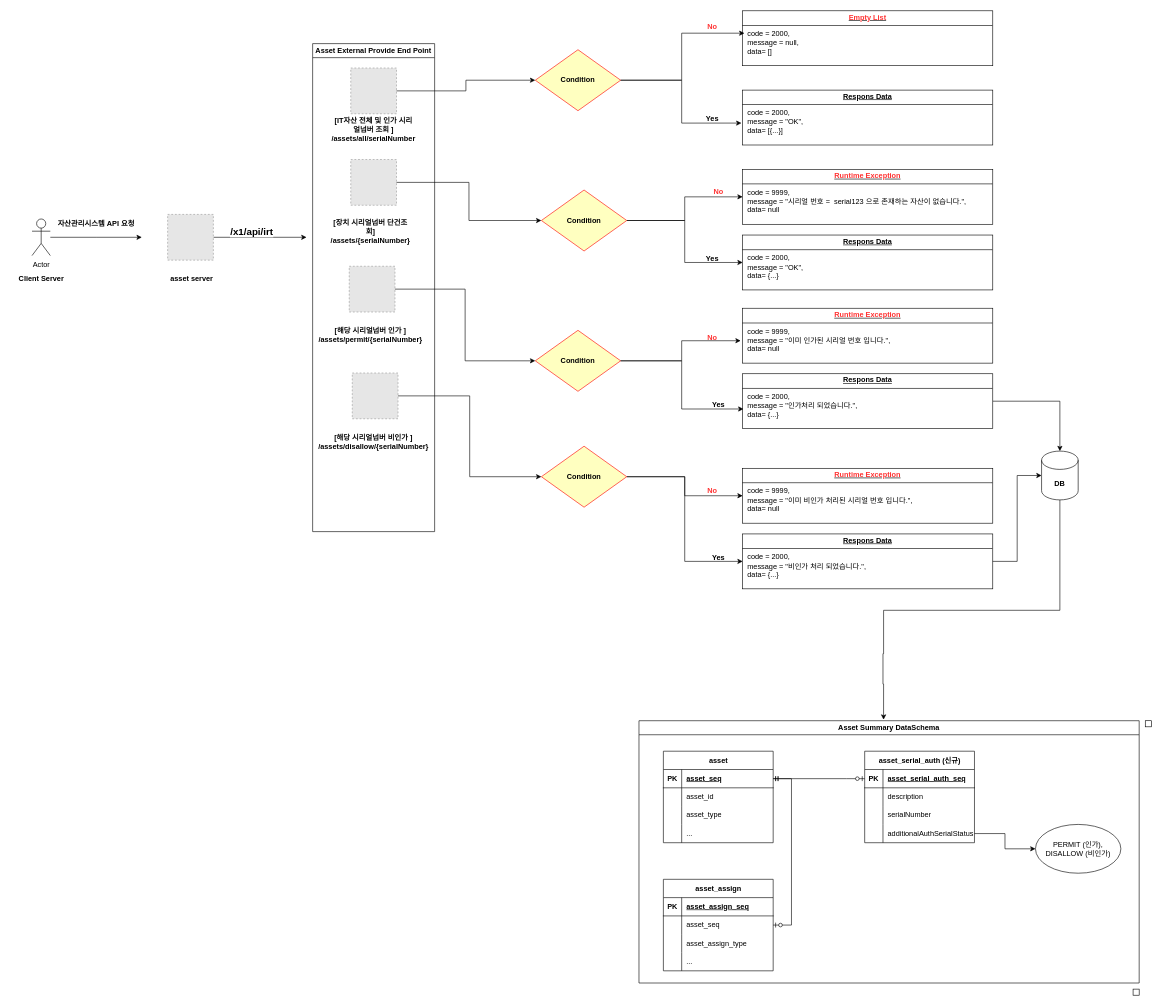
Earlier version of the draw.io diagram page "SOC_IRT_USECASE" (4 of 5) of 제목 없는 다이어그램.drawio (gojunghyo/erd_study). Source tidied: cells renumbered, new cells numbered last; positions are measured from the earlier drawing's top-left corner, leaving out a move shared by most shapes. Both pictures are drawn from the tidied source at 61%, with x=0, y=0 at pixel (10, 10). Pictures stored in the file or linked from it are replaced by grey dashed boxes.
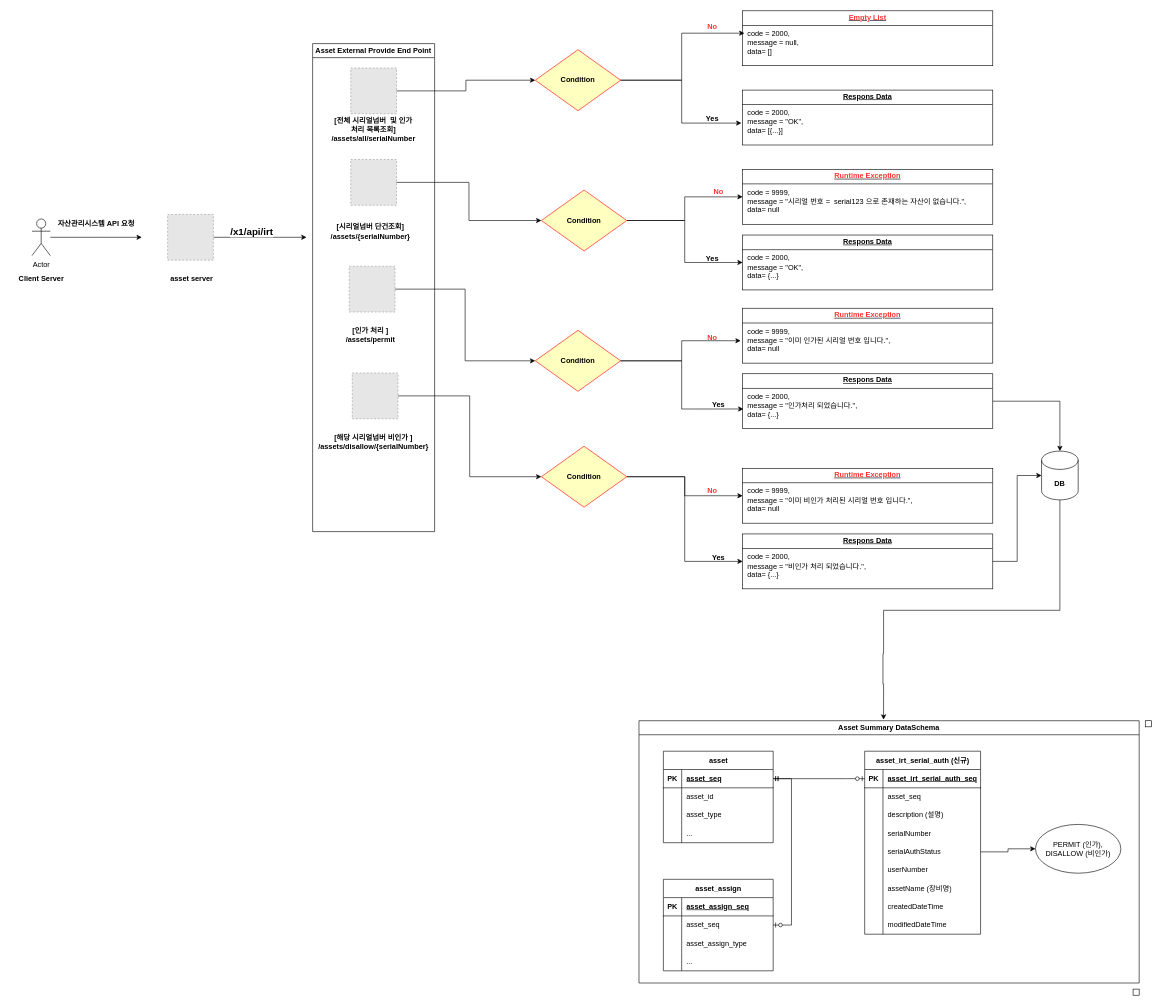
The same page after the edit.

Commit message:
제목 없는 다이어그램.drawio 업데이트

Unchanged cells that the change refers to:
```xml
<mxCell id="9" value="Asset External Provide End Point" style="swimlane;" parent="1" vertex="1">
  <mxGeometry x="495" y="54" width="200" height="800" as="geometry" />
</mxCell>
```

The edit, as a diff of the source:
```diff
@@
-    <mxCell id="11" value="&lt;div&gt;[IT자산 전체 및 인가 시리얼넘버 조회 ]&lt;/div&gt;&lt;div&gt;/assets/all/serialNumber&lt;/div&gt;&lt;div&gt;&lt;br&gt;&lt;/div&gt;" style="text;html=1;align=center;verticalAlign=middle;whiteSpace=wrap;rounded=0;fontStyle=1;" parent="9" vertex="1">
+    <mxCell id="11" value="&lt;div&gt;[전체 시리얼넘버&amp;nbsp; 및 인가 처리 목록조회]&lt;/div&gt;&lt;div&gt;/assets/all/serialNumber&lt;/div&gt;&lt;div&gt;&lt;br&gt;&lt;/div&gt;" style="text;html=1;align=center;verticalAlign=middle;whiteSpace=wrap;rounded=0;fontStyle=1;" parent="9" vertex="1">
       <mxGeometry x="35" y="115" width="130" height="65" as="geometry" />
     </mxCell>
@@
-    <mxCell id="13" value="&lt;div&gt;&lt;div&gt;[장치 시리얼넘버 단건조회]&lt;/div&gt;&lt;div&gt;/assets/{serialNumber}&lt;/div&gt;&lt;/div&gt;" style="text;html=1;align=center;verticalAlign=middle;whiteSpace=wrap;rounded=0;fontStyle=1;" parent="9" vertex="1">
+    <mxCell id="13" value="&lt;div&gt;&lt;div&gt;[시리얼넘버 단건조회]&lt;/div&gt;&lt;div&gt;/assets/{serialNumber}&lt;/div&gt;&lt;/div&gt;" style="text;html=1;align=center;verticalAlign=middle;whiteSpace=wrap;rounded=0;fontStyle=1;" parent="9" vertex="1">
       <mxGeometry x="30" y="275" width="130" height="65" as="geometry" />
     </mxCell>
@@
-    <mxCell id="15" value="&lt;div&gt;[해당 시리얼넘버 인가 ]&lt;/div&gt;&lt;div&gt;/assets/permit/{serialNumber}&lt;/div&gt;" style="text;html=1;align=center;verticalAlign=middle;whiteSpace=wrap;rounded=0;fontStyle=1;" parent="9" vertex="1">
+    <mxCell id="15" value="&lt;div&gt;[인가 처리 ]&lt;/div&gt;&lt;div&gt;/assets/permit&lt;/div&gt;" style="text;html=1;align=center;verticalAlign=middle;whiteSpace=wrap;rounded=0;fontStyle=1;" parent="9" vertex="1">
       <mxGeometry x="20" y="435" width="150" height="85" as="geometry" />
     </mxCell>
@@
-    <mxCell id="65" value="asset_serial_auth (신규)" style="shape=table;startSize=30;childLayout=tableLayout;rowLines=0;fontStyle=1;align=center;html=1;" parent="1" vertex="1">
-      <mxGeometry x="1400" y="1214" width="180" height="150" as="geometry" />
+    <mxCell id="65" value="asset_irt_serial_auth (신규)" style="shape=table;startSize=30;childLayout=tableLayout;rowLines=0;fontStyle=1;align=center;html=1;" parent="1" vertex="1">
+      <mxGeometry x="1400" y="1214" width="190" height="300" as="geometry" />
     </mxCell>
     <mxCell id="66" style="shape=tableRow;horizontal=0;startSize=0;swimlaneHead=0;swimlaneBody=0;fillColor=none;points=[[0,0.5],[1,0.5]];portConstraint=eastwest;top=0;left=0;right=0;bottom=1;" parent="65" vertex="1">
-      <mxGeometry y="30" width="180" height="30" as="geometry" />
+      <mxGeometry y="30" width="190" height="30" as="geometry" />
     </mxCell>
@@
-    <mxCell id="68" value="asset_serial_auth_seq" style="shape=partialRectangle;fillColor=none;top=0;left=0;bottom=0;right=0;align=left;spacingLeft=6;fontStyle=5;overflow=hidden;whiteSpace=wrap;html=1;" parent="66" vertex="1">
-      <mxGeometry x="30" width="150" height="30" as="geometry" />
+    <mxCell id="68" value="asset_irt_serial_auth_seq" style="shape=partialRectangle;fillColor=none;top=0;left=0;bottom=0;right=0;align=left;spacingLeft=6;fontStyle=5;overflow=hidden;whiteSpace=wrap;html=1;" parent="66" vertex="1">
+      <mxGeometry x="30" width="160" height="30" as="geometry" />
     </mxCell>
+    <mxCell id="101" style="shape=tableRow;horizontal=0;startSize=0;swimlaneHead=0;swimlaneBody=0;fillColor=none;top=0;left=0;right=0;bottom=0;" parent="65" vertex="1">
+      <mxGeometry y="60" width="190" height="30" as="geometry" />
+    </mxCell>
+    <mxCell id="102" style="shape=partialRectangle;fillColor=none;top=0;left=0;bottom=0;right=0;overflow=hidden;whiteSpace=wrap;html=1;" parent="101" vertex="1">
+      <mxGeometry width="30" height="30" as="geometry" />
+    </mxCell>
+    <mxCell id="103" value="asset_seq" style="shape=partialRectangle;fillColor=none;top=0;left=0;bottom=0;right=0;align=left;spacingLeft=6;overflow=hidden;whiteSpace=wrap;html=1;" parent="101" vertex="1">
+      <mxGeometry x="30" width="160" height="30" as="geometry" />
+    </mxCell>
     <mxCell id="69" style="shape=tableRow;horizontal=0;startSize=0;swimlaneHead=0;swimlaneBody=0;fillColor=none;top=0;left=0;right=0;bottom=0;" parent="65" vertex="1">
-      <mxGeometry y="60" width="180" height="30" as="geometry" />
+      <mxGeometry y="90" width="190" height="30" as="geometry" />
     </mxCell>
@@
-    <mxCell id="71" value="description" style="shape=partialRectangle;fillColor=none;top=0;left=0;bottom=0;right=0;align=left;spacingLeft=6;overflow=hidden;whiteSpace=wrap;html=1;" parent="69" vertex="1">
-      <mxGeometry x="30" width="150" height="30" as="geometry" />
+    <mxCell id="71" value="description (설명)" style="shape=partialRectangle;fillColor=none;top=0;left=0;bottom=0;right=0;align=left;spacingLeft=6;overflow=hidden;whiteSpace=wrap;html=1;" parent="69" vertex="1">
+      <mxGeometry x="30" width="160" height="30" as="geometry" />
     </mxCell>
     <mxCell id="72" style="shape=tableRow;horizontal=0;startSize=0;swimlaneHead=0;swimlaneBody=0;fillColor=none;top=0;left=0;right=0;bottom=0;" parent="65" vertex="1">
-      <mxGeometry y="90" width="180" height="30" as="geometry" />
+      <mxGeometry y="120" width="190" height="30" as="geometry" />
     </mxCell>
@@
     <mxCell id="74" value="serialNumber" style="shape=partialRectangle;fillColor=none;top=0;left=0;bottom=0;right=0;align=left;spacingLeft=6;overflow=hidden;whiteSpace=wrap;html=1;" parent="72" vertex="1">
-      <mxGeometry x="30" width="150" height="30" as="geometry" />
+      <mxGeometry x="30" width="160" height="30" as="geometry" />
     </mxCell>
     <mxCell id="75" style="shape=tableRow;horizontal=0;startSize=0;swimlaneHead=0;swimlaneBody=0;fillColor=none;points=[[0,0.5],[1,0.5]];portConstraint=eastwest;top=0;left=0;right=0;bottom=0;" parent="65" vertex="1">
-      <mxGeometry y="120" width="180" height="30" as="geometry" />
+      <mxGeometry y="150" width="190" height="30" as="geometry" />
     </mxCell>
@@
-    <mxCell id="77" value="additionalAuthSerialStatus" style="shape=partialRectangle;fillColor=none;top=0;left=0;bottom=0;right=0;align=left;spacingLeft=6;overflow=hidden;whiteSpace=wrap;html=1;" parent="75" vertex="1">
-      <mxGeometry x="30" width="150" height="30" as="geometry" />
+    <mxCell id="77" value="serialAuthStatus" style="shape=partialRectangle;fillColor=none;top=0;left=0;bottom=0;right=0;align=left;spacingLeft=6;overflow=hidden;whiteSpace=wrap;html=1;" parent="75" vertex="1">
+      <mxGeometry x="30" width="160" height="30" as="geometry" />
     </mxCell>
+    <mxCell id="104" style="shape=tableRow;horizontal=0;startSize=0;swimlaneHead=0;swimlaneBody=0;fillColor=none;top=0;left=0;right=0;bottom=0;" parent="65" vertex="1">
+      <mxGeometry y="180" width="190" height="30" as="geometry" />
+    </mxCell>
+    <mxCell id="105" style="shape=partialRectangle;fillColor=none;top=0;left=0;bottom=0;right=0;overflow=hidden;whiteSpace=wrap;html=1;" parent="104" vertex="1">
+      <mxGeometry width="30" height="30" as="geometry" />
+    </mxCell>
+    <mxCell id="106" value="userNumber" style="shape=partialRectangle;fillColor=none;top=0;left=0;bottom=0;right=0;align=left;spacingLeft=6;overflow=hidden;whiteSpace=wrap;html=1;" parent="104" vertex="1">
+      <mxGeometry x="30" width="160" height="30" as="geometry" />
+    </mxCell>
+    <mxCell id="107" style="shape=tableRow;horizontal=0;startSize=0;swimlaneHead=0;swimlaneBody=0;fillColor=none;top=0;left=0;right=0;bottom=0;" parent="65" vertex="1">
+      <mxGeometry y="210" width="190" height="30" as="geometry" />
+    </mxCell>
+    <mxCell id="108" style="shape=partialRectangle;fillColor=none;top=0;left=0;bottom=0;right=0;overflow=hidden;whiteSpace=wrap;html=1;" parent="107" vertex="1">
+      <mxGeometry width="30" height="30" as="geometry" />
+    </mxCell>
+    <mxCell id="109" value="assetName (장비명)" style="shape=partialRectangle;fillColor=none;top=0;left=0;bottom=0;right=0;align=left;spacingLeft=6;overflow=hidden;whiteSpace=wrap;html=1;" parent="107" vertex="1">
+      <mxGeometry x="30" width="160" height="30" as="geometry" />
+    </mxCell>
+    <mxCell id="110" style="shape=tableRow;horizontal=0;startSize=0;swimlaneHead=0;swimlaneBody=0;fillColor=none;top=0;left=0;right=0;bottom=0;" parent="65" vertex="1">
+      <mxGeometry y="240" width="190" height="30" as="geometry" />
+    </mxCell>
+    <mxCell id="111" style="shape=partialRectangle;fillColor=none;top=0;left=0;bottom=0;right=0;overflow=hidden;whiteSpace=wrap;html=1;" parent="110" vertex="1">
+      <mxGeometry width="30" height="30" as="geometry" />
+    </mxCell>
+    <mxCell id="112" value="createdDateTime" style="shape=partialRectangle;fillColor=none;top=0;left=0;bottom=0;right=0;align=left;spacingLeft=6;overflow=hidden;whiteSpace=wrap;html=1;" parent="110" vertex="1">
+      <mxGeometry x="30" width="160" height="30" as="geometry" />
+    </mxCell>
+    <mxCell id="113" style="shape=tableRow;horizontal=0;startSize=0;swimlaneHead=0;swimlaneBody=0;fillColor=none;top=0;left=0;right=0;bottom=0;" parent="65" vertex="1">
+      <mxGeometry y="270" width="190" height="30" as="geometry" />
+    </mxCell>
+    <mxCell id="114" style="shape=partialRectangle;fillColor=none;top=0;left=0;bottom=0;right=0;overflow=hidden;whiteSpace=wrap;html=1;" parent="113" vertex="1">
+      <mxGeometry width="30" height="30" as="geometry" />
+    </mxCell>
+    <mxCell id="115" value="modifiedDateTime" style="shape=partialRectangle;fillColor=none;top=0;left=0;bottom=0;right=0;align=left;spacingLeft=6;overflow=hidden;whiteSpace=wrap;html=1;" parent="113" vertex="1">
+      <mxGeometry x="30" width="160" height="30" as="geometry" />
+    </mxCell>
```
